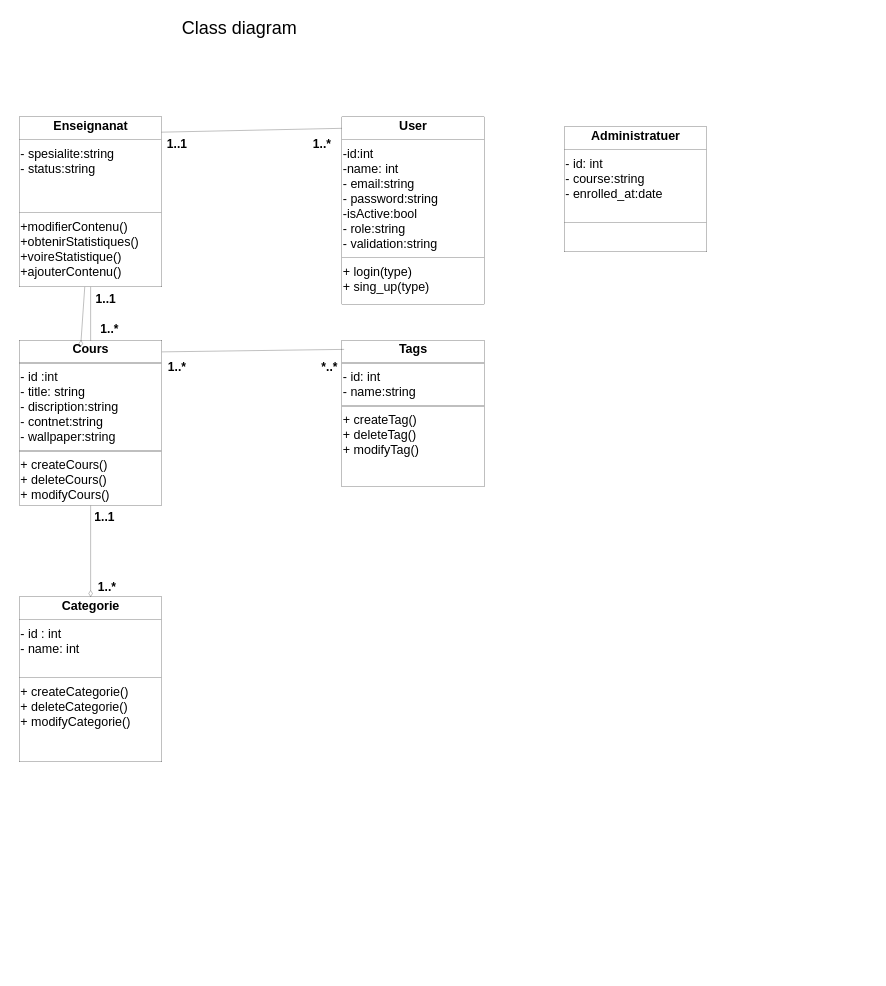
The draw.io diagram page "Page-2" (2 of 2) of Conception UML Use Case Diagram.drawio in hamza-saaf/Youdemy_Brief_11, before the edit. Source tidied: cells renumbered, new cells numbered last; positions are measured from the earlier drawing's top-left corner, leaving out a move shared by most shapes. Both pictures are drawn from the tidied source at 25%, with x=0, y=0 at pixel (19, 4).
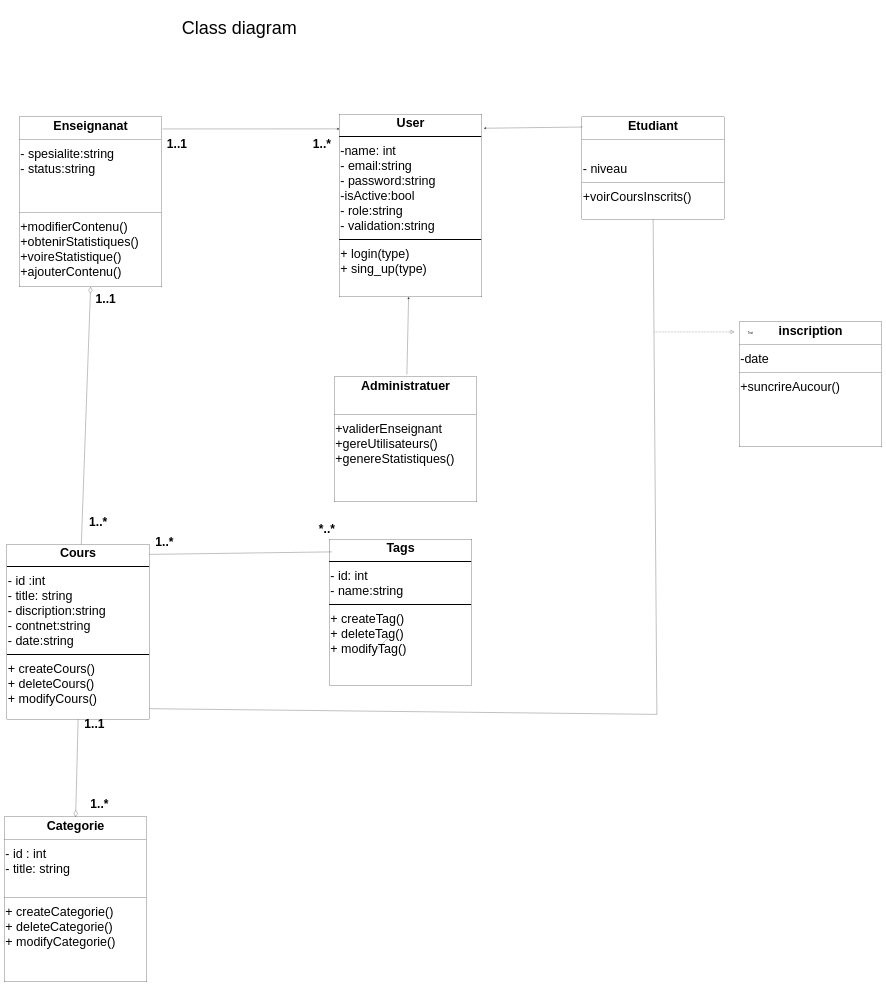
The same diagram, later.

Unchanged cells that the change refers to:
```xml
<mxCell id="2" value="&lt;p style=&quot;margin:0px;margin-top:4px;text-align:center;&quot;&gt;&lt;b&gt;Enseignanat&lt;/b&gt;&lt;/p&gt;&lt;hr style=&quot;border-style:solid;&quot;&gt;&lt;p style=&quot;margin:0px;margin-left:4px;&quot;&gt;- spesialite:string&lt;/p&gt;&lt;p style=&quot;margin:0px;margin-left:4px;&quot;&gt;- status:string&lt;/p&gt;&lt;p style=&quot;margin:0px;margin-left:4px;&quot;&gt;&lt;br&gt;&lt;/p&gt;&lt;p style=&quot;margin:0px;margin-left:4px;&quot;&gt;&lt;br&gt;&lt;/p&gt;&lt;hr style=&quot;border-style:solid;&quot;&gt;&lt;p style=&quot;margin:0px;margin-left:4px;&quot;&gt;+modifierContenu()&lt;/p&gt;&lt;p style=&quot;margin:0px;margin-left:4px;&quot;&gt;+obtenirStatistiques()&lt;/p&gt;&lt;p style=&quot;margin:0px;margin-left:4px;&quot;&gt;+voireStatistique()&lt;/p&gt;&lt;p style=&quot;margin:0px;margin-left:4px;&quot;&gt;+ajouterContenu()&lt;/p&gt;&lt;p style=&quot;margin:0px;margin-left:4px;&quot;&gt;&lt;br&gt;&lt;/p&gt;" style="verticalAlign=top;align=left;overflow=fill;html=1;whiteSpace=wrap;fontSize=50;" parent="1" vertex="1">
  <mxGeometry y="450" width="570" height="680" as="geometry" />
</mxCell>
```

The edit, as a diff of the source:
```diff
@@
-    <mxCell id="3" value="&lt;p style=&quot;margin:0px;margin-top:4px;text-align:center;&quot;&gt;&lt;b&gt;User&lt;/b&gt;&lt;/p&gt;&lt;hr style=&quot;border-style:solid;&quot;&gt;&lt;p style=&quot;margin:0px;margin-left:4px;&quot;&gt;-id:int&lt;br&gt;-name: int&lt;/p&gt;&lt;p style=&quot;margin:0px;margin-left:4px;&quot;&gt;- email:string&lt;/p&gt;&lt;p style=&quot;margin:0px;margin-left:4px;&quot;&gt;- password:string&lt;/p&gt;&lt;p style=&quot;margin:0px;margin-left:4px;&quot;&gt;-isActive:bool&lt;/p&gt;&lt;p style=&quot;margin:0px;margin-left:4px;&quot;&gt;- role:string&lt;/p&gt;&lt;p style=&quot;margin:0px;margin-left:4px;&quot;&gt;- validation:string&lt;/p&gt;&lt;hr style=&quot;border-style:solid;&quot;&gt;&lt;p style=&quot;margin:0px;margin-left:4px;&quot;&gt;+ login(type)&lt;/p&gt;&lt;p style=&quot;margin:0px;margin-left:4px;&quot;&gt;+ sing_up(type)&lt;/p&gt;&lt;p style=&quot;margin:0px;margin-left:4px;&quot;&gt;&lt;br&gt;&lt;/p&gt;&lt;p style=&quot;margin:0px;margin-left:4px;&quot;&gt;&lt;br&gt;&lt;/p&gt;&lt;p style=&quot;margin:0px;margin-left:4px;&quot;&gt;&lt;br&gt;&lt;/p&gt;" style="verticalAlign=top;align=left;overflow=fill;html=1;whiteSpace=wrap;fontSize=50;" parent="1" vertex="1">
-      <mxGeometry x="1290" y="450" width="570" height="750" as="geometry" />
+    <mxCell id="3" value="&lt;p style=&quot;margin:0px;margin-top:4px;text-align:center;&quot;&gt;&lt;b&gt;User&lt;/b&gt;&lt;/p&gt;&lt;hr style=&quot;border-style:solid;&quot;&gt;&lt;p style=&quot;margin:0px;margin-left:4px;&quot;&gt;-name: int&lt;/p&gt;&lt;p style=&quot;margin:0px;margin-left:4px;&quot;&gt;- email:string&lt;/p&gt;&lt;p style=&quot;margin:0px;margin-left:4px;&quot;&gt;- password:string&lt;/p&gt;&lt;p style=&quot;margin:0px;margin-left:4px;&quot;&gt;-isActive:bool&lt;/p&gt;&lt;p style=&quot;margin:0px;margin-left:4px;&quot;&gt;- role:string&lt;/p&gt;&lt;p style=&quot;margin:0px;margin-left:4px;&quot;&gt;- validation:string&lt;/p&gt;&lt;hr style=&quot;border-style:solid;&quot;&gt;&lt;p style=&quot;margin:0px;margin-left:4px;&quot;&gt;+ login(type)&lt;/p&gt;&lt;p style=&quot;margin:0px;margin-left:4px;&quot;&gt;+ sing_up(type)&lt;/p&gt;&lt;p style=&quot;margin:0px;margin-left:4px;&quot;&gt;&lt;br&gt;&lt;/p&gt;&lt;p style=&quot;margin:0px;margin-left:4px;&quot;&gt;&lt;br&gt;&lt;/p&gt;&lt;p style=&quot;margin:0px;margin-left:4px;&quot;&gt;&lt;br&gt;&lt;/p&gt;" style="verticalAlign=top;align=left;overflow=fill;html=1;whiteSpace=wrap;fontSize=50;" parent="1" vertex="1">
+      <mxGeometry x="1280" y="440" width="570" height="730" as="geometry" />
     </mxCell>
-    <mxCell id="4" value="&lt;p style=&quot;margin:0px;margin-top:4px;text-align:center;&quot;&gt;&lt;b&gt;Cours&lt;/b&gt;&lt;/p&gt;&lt;hr style=&quot;border-style:solid;&quot;&gt;&lt;p style=&quot;margin:0px;margin-left:4px;&quot;&gt;- id :int&amp;nbsp;&lt;/p&gt;&lt;p style=&quot;margin:0px;margin-left:4px;&quot;&gt;- title:&amp;nbsp;&lt;span style=&quot;background-color: transparent; color: light-dark(rgb(0, 0, 0), rgb(255, 255, 255));&quot;&gt;string&lt;/span&gt;&lt;/p&gt;&lt;p style=&quot;margin:0px;margin-left:4px;&quot;&gt;- discription:string&lt;/p&gt;&lt;p style=&quot;margin:0px;margin-left:4px;&quot;&gt;- contnet:string&lt;/p&gt;&lt;p style=&quot;margin:0px;margin-left:4px;&quot;&gt;- wallpaper:string&lt;/p&gt;&lt;hr style=&quot;border-style:solid;&quot;&gt;&lt;p style=&quot;margin:0px;margin-left:4px;&quot;&gt;+ createCours()&lt;/p&gt;&lt;p style=&quot;margin:0px;margin-left:4px;&quot;&gt;+ deleteCours()&lt;/p&gt;&lt;p style=&quot;margin:0px;margin-left:4px;&quot;&gt;+ modifyCours()&lt;/p&gt;&lt;p style=&quot;margin:0px;margin-left:4px;&quot;&gt;&lt;br&gt;&lt;/p&gt;&lt;p style=&quot;margin:0px;margin-left:4px;&quot;&gt;&lt;br&gt;&lt;/p&gt;" style="verticalAlign=top;align=left;overflow=fill;html=1;whiteSpace=wrap;fontSize=50;" parent="1" vertex="1">
-      <mxGeometry y="1345" width="570" height="660" as="geometry" />
+    <mxCell id="4" value="&lt;p style=&quot;margin:0px;margin-top:4px;text-align:center;&quot;&gt;&lt;b&gt;Cours&lt;/b&gt;&lt;/p&gt;&lt;hr style=&quot;border-style:solid;&quot;&gt;&lt;p style=&quot;margin:0px;margin-left:4px;&quot;&gt;- id :int&amp;nbsp;&lt;/p&gt;&lt;p style=&quot;margin:0px;margin-left:4px;&quot;&gt;- title:&amp;nbsp;&lt;span style=&quot;background-color: transparent; color: light-dark(rgb(0, 0, 0), rgb(255, 255, 255));&quot;&gt;string&lt;/span&gt;&lt;/p&gt;&lt;p style=&quot;margin:0px;margin-left:4px;&quot;&gt;- discription:string&lt;/p&gt;&lt;p style=&quot;margin:0px;margin-left:4px;&quot;&gt;- contnet:string&lt;/p&gt;&lt;p style=&quot;margin:0px;margin-left:4px;&quot;&gt;- date:string&lt;/p&gt;&lt;hr style=&quot;border-style:solid;&quot;&gt;&lt;p style=&quot;margin:0px;margin-left:4px;&quot;&gt;+ createCours()&lt;/p&gt;&lt;p style=&quot;margin:0px;margin-left:4px;&quot;&gt;+ deleteCours()&lt;/p&gt;&lt;p style=&quot;margin:0px;margin-left:4px;&quot;&gt;+ modifyCours()&lt;/p&gt;&lt;p style=&quot;margin:0px;margin-left:4px;&quot;&gt;&lt;br&gt;&lt;/p&gt;&lt;p style=&quot;margin:0px;margin-left:4px;&quot;&gt;&lt;br&gt;&lt;/p&gt;" style="verticalAlign=top;align=left;overflow=fill;html=1;whiteSpace=wrap;fontSize=50;" parent="1" vertex="1">
+      <mxGeometry x="-50" y="2160" width="570" height="700" as="geometry" />
     </mxCell>
     <mxCell id="5" value="&lt;p style=&quot;margin:0px;margin-top:4px;text-align:center;&quot;&gt;&lt;b&gt;Tags&lt;/b&gt;&lt;/p&gt;&lt;hr style=&quot;border-style:solid;&quot;&gt;&lt;p style=&quot;margin:0px;margin-left:4px;&quot;&gt;- id: int&lt;/p&gt;&lt;p style=&quot;margin:0px;margin-left:4px;&quot;&gt;- name:string&lt;/p&gt;&lt;hr style=&quot;border-style:solid;&quot;&gt;&lt;p style=&quot;margin:0px;margin-left:4px;&quot;&gt;+ createTag()&lt;/p&gt;&lt;p style=&quot;margin:0px;margin-left:4px;&quot;&gt;+ deleteTag()&lt;/p&gt;&lt;p style=&quot;margin:0px;margin-left:4px;&quot;&gt;+ modifyTag()&lt;/p&gt;&lt;p style=&quot;margin:0px;margin-left:4px;&quot;&gt;&lt;br&gt;&lt;/p&gt;&lt;p style=&quot;margin:0px;margin-left:4px;&quot;&gt;&lt;br&gt;&lt;/p&gt;" style="verticalAlign=top;align=left;overflow=fill;html=1;whiteSpace=wrap;fontSize=50;" parent="1" vertex="1">
-      <mxGeometry x="1290" y="1345" width="570" height="585" as="geometry" />
+      <mxGeometry x="1240" y="2140" width="570" height="585" as="geometry" />
     </mxCell>
-    <mxCell id="6" value="&lt;p style=&quot;margin:0px;margin-top:4px;text-align:center;&quot;&gt;&lt;b&gt;Categorie&lt;/b&gt;&lt;/p&gt;&lt;hr style=&quot;border-style:solid;&quot;&gt;&lt;p style=&quot;margin:0px;margin-left:4px;&quot;&gt;- id : int&amp;nbsp;&lt;/p&gt;&lt;p style=&quot;margin:0px;margin-left:4px;&quot;&gt;- name: int&lt;/p&gt;&lt;p style=&quot;margin:0px;margin-left:4px;&quot;&gt;&lt;br&gt;&lt;/p&gt;&lt;hr style=&quot;border-style:solid;&quot;&gt;&lt;p style=&quot;margin:0px;margin-left:4px;&quot;&gt;+ createCategorie()&lt;/p&gt;&lt;p style=&quot;margin: 0px 0px 0px 4px;&quot;&gt;+ deleteCategorie()&lt;/p&gt;&lt;p style=&quot;margin: 0px 0px 0px 4px;&quot;&gt;+ modifyCategorie()&lt;/p&gt;" style="verticalAlign=top;align=left;overflow=fill;html=1;whiteSpace=wrap;fontSize=50;" parent="1" vertex="1">
-      <mxGeometry y="2370" width="570" height="660" as="geometry" />
+    <mxCell id="6" value="&lt;p style=&quot;margin:0px;margin-top:4px;text-align:center;&quot;&gt;&lt;b&gt;Categorie&lt;/b&gt;&lt;/p&gt;&lt;hr style=&quot;border-style:solid;&quot;&gt;&lt;p style=&quot;margin:0px;margin-left:4px;&quot;&gt;- id : int&amp;nbsp;&lt;/p&gt;&lt;p style=&quot;margin:0px;margin-left:4px;&quot;&gt;- title: string&lt;/p&gt;&lt;p style=&quot;margin:0px;margin-left:4px;&quot;&gt;&lt;br&gt;&lt;/p&gt;&lt;hr style=&quot;border-style:solid;&quot;&gt;&lt;p style=&quot;margin:0px;margin-left:4px;&quot;&gt;+ createCategorie()&lt;/p&gt;&lt;p style=&quot;margin: 0px 0px 0px 4px;&quot;&gt;+ deleteCategorie()&lt;/p&gt;&lt;p style=&quot;margin: 0px 0px 0px 4px;&quot;&gt;+ modifyCategorie()&lt;/p&gt;" style="verticalAlign=top;align=left;overflow=fill;html=1;whiteSpace=wrap;fontSize=50;" parent="1" vertex="1">
+      <mxGeometry x="-60" y="3250" width="570" height="660" as="geometry" />
     </mxCell>
@@
     <mxCell id="8" value="&lt;font style=&quot;font-size: 48px;&quot;&gt;1..*&lt;/font&gt;" style="text;align=center;fontStyle=1;verticalAlign=middle;spacingLeft=3;spacingRight=3;strokeColor=none;html=1;" parent="1" vertex="1">
-      <mxGeometry x="590" y="1420" width="80" height="56" as="geometry" />
+      <mxGeometry x="540" y="2120" width="80" height="56" as="geometry" />
     </mxCell>
     <mxCell id="9" value="&lt;font style=&quot;font-size: 48px;&quot;&gt;1..1&lt;/font&gt;" style="text;align=center;fontStyle=1;verticalAlign=middle;spacingLeft=3;spacingRight=3;strokeColor=none;html=1;" parent="1" vertex="1">
-      <mxGeometry x="300" y="2020" width="80" height="56" as="geometry" />
+      <mxGeometry x="260" y="2850" width="80" height="56" as="geometry" />
     </mxCell>
-    <mxCell id="10" style="endArrow=none;html=1;rounded=0;entryX=0.5;entryY=1;entryDx=0;entryDy=0;exitX=0.5;exitY=0;exitDx=0;exitDy=0;" parent="1" edge="1" source="4" target="2">
-      <mxGeometry relative="1" as="geometry" />
-    </mxCell>
     <mxCell id="11" value="&lt;font style=&quot;font-size: 48px;&quot;&gt;1..*&lt;/font&gt;" style="text;align=center;fontStyle=1;verticalAlign=middle;spacingLeft=3;spacingRight=3;strokeColor=none;html=1;" parent="1" vertex="1">
-      <mxGeometry x="320" y="1270" width="80" height="56" as="geometry" />
+      <mxGeometry x="275" y="2040" width="80" height="56" as="geometry" />
     </mxCell>
@@
-    <mxCell id="13" style="endArrow=none;html=1;rounded=0;entryX=0;entryY=0.061;entryDx=0;entryDy=0;entryPerimeter=0;exitX=0.997;exitY=0.09;exitDx=0;exitDy=0;exitPerimeter=0;" parent="1" edge="1" source="2" target="3">
-      <mxGeometry relative="1" as="geometry" />
-    </mxCell>
@@
     <mxCell id="16" style="endArrow=none;html=1;rounded=0;" parent="1" edge="1">
       <mxGeometry relative="1" as="geometry">
-        <mxPoint x="570" y="1390" as="sourcePoint" />
-        <mxPoint x="1299" y="1380" as="targetPoint" />
+        <mxPoint x="521" y="2200" as="sourcePoint" />
+        <mxPoint x="1250" y="2190" as="targetPoint" />
       </mxGeometry>
     </mxCell>
     <mxCell id="17" value="&lt;font style=&quot;font-size: 48px;&quot;&gt;*..*&lt;/font&gt;" style="text;align=center;fontStyle=1;verticalAlign=middle;spacingLeft=3;spacingRight=3;strokeColor=none;html=1;" parent="1" vertex="1">
-      <mxGeometry x="1200" y="1420" width="80" height="56" as="geometry" />
+      <mxGeometry x="1190" y="2070" width="80" height="56" as="geometry" />
     </mxCell>
     <mxCell id="18" value="&lt;font style=&quot;font-size: 48px;&quot;&gt;1..*&lt;/font&gt;" style="text;align=center;fontStyle=1;verticalAlign=middle;spacingLeft=3;spacingRight=3;strokeColor=none;html=1;" parent="1" vertex="1">
-      <mxGeometry x="315" y="2300" width="70" height="56" as="geometry" />
+      <mxGeometry x="285" y="3170" width="70" height="56" as="geometry" />
     </mxCell>
@@
-    <mxCell id="20" value="&lt;p style=&quot;margin:0px;margin-top:4px;text-align:center;&quot;&gt;&lt;b&gt;Administratuer&lt;/b&gt;&lt;/p&gt;&lt;hr style=&quot;border-style:solid;&quot;&gt;&lt;p style=&quot;margin:0px;margin-left:4px;&quot;&gt;- id: int&lt;/p&gt;&lt;p style=&quot;margin:0px;margin-left:4px;&quot;&gt;- course:string&lt;/p&gt;&lt;p style=&quot;margin:0px;margin-left:4px;&quot;&gt;-  enrolled_at:date&lt;/p&gt;&lt;p style=&quot;margin:0px;margin-left:4px;&quot;&gt;&lt;br&gt;&lt;/p&gt;&lt;hr style=&quot;border-style:solid;&quot;&gt;&lt;p style=&quot;margin:0px;margin-left:4px;&quot;&gt;&lt;br&gt;&lt;/p&gt;&lt;p style=&quot;margin:0px;margin-left:4px;&quot;&gt;&lt;br&gt;&lt;/p&gt;&lt;p style=&quot;margin:0px;margin-left:4px;&quot;&gt;&lt;br&gt;&lt;/p&gt;" style="verticalAlign=top;align=left;overflow=fill;html=1;whiteSpace=wrap;fontSize=50;" parent="1" vertex="1">
-      <mxGeometry x="2180" y="490" width="570" height="500" as="geometry" />
+    <mxCell id="20" value="&lt;p style=&quot;margin:0px;margin-top:4px;text-align:center;&quot;&gt;&lt;b&gt;Administratuer&lt;/b&gt;&lt;/p&gt;&lt;p style=&quot;margin:0px;margin-left:4px;&quot;&gt;&lt;br&gt;&lt;/p&gt;&lt;hr style=&quot;border-style:solid;&quot;&gt;&lt;p style=&quot;margin:0px;margin-left:4px;&quot;&gt;+validerEnseignant&lt;/p&gt;&lt;p style=&quot;margin:0px;margin-left:4px;&quot;&gt;+gereUtilisateurs()&lt;/p&gt;&lt;p style=&quot;margin:0px;margin-left:4px;&quot;&gt;+genereStatistiques()&lt;/p&gt;&lt;p style=&quot;margin:0px;margin-left:4px;&quot;&gt;&lt;br&gt;&lt;/p&gt;" style="verticalAlign=top;align=left;overflow=fill;html=1;whiteSpace=wrap;fontSize=50;" parent="1" vertex="1">
+      <mxGeometry x="1260" y="1490" width="570" height="500" as="geometry" />
     </mxCell>
-    <mxCell id="21" style="endArrow=diamondThin;endFill=0;endSize=24;html=1;rounded=0;fontSize=999;labelBorderColor=default;labelBackgroundColor=light-dark(#FFFFFF,#FFFFFF);textShadow=1;fontColor=light-dark(#000000,#FF0000);" parent="1" edge="1" source="2">
-      <mxGeometry relative="1" as="geometry">
-        <mxPoint x="245" y="1370" as="targetPoint" />
-      </mxGeometry>
+    <mxCell id="21" style="endArrow=diamondThin;endFill=0;endSize=24;html=1;rounded=0;fontSize=999;labelBorderColor=default;labelBackgroundColor=light-dark(#FFFFFF,#FFFFFF);textShadow=1;fontColor=light-dark(#000000,#FF0000);entryX=0.5;entryY=1;entryDx=0;entryDy=0;" parent="1" edge="1" source="4" target="2">
+      <mxGeometry relative="1" as="geometry" />
     </mxCell>
+    <mxCell id="22" style="endArrow=classic;html=1;rounded=0;exitX=1.005;exitY=0.071;exitDx=0;exitDy=0;exitPerimeter=0;" parent="1" edge="1" source="2">
+      <mxGeometry relative="1" as="geometry">
+        <mxPoint x="1280" y="498" as="targetPoint" />
+      </mxGeometry>
+    </mxCell>
+    <mxCell id="23" value="&lt;p style=&quot;margin:0px;margin-top:4px;text-align:center;&quot;&gt;&lt;b&gt;Etudiant&lt;/b&gt;&lt;/p&gt;&lt;hr style=&quot;border-style:solid;&quot;&gt;&lt;p style=&quot;margin:0px;margin-left:4px;&quot;&gt;&lt;br&gt;&lt;/p&gt;&lt;p style=&quot;margin:0px;margin-left:4px;&quot;&gt;- niveau&lt;/p&gt;&lt;hr style=&quot;border-style:solid;&quot;&gt;&lt;p style=&quot;margin:0px;margin-left:4px;&quot;&gt;+voirCoursInscrits()&lt;/p&gt;&lt;p style=&quot;margin:0px;margin-left:4px;&quot;&gt;&lt;br&gt;&lt;/p&gt;&lt;p style=&quot;margin:0px;margin-left:4px;&quot;&gt;&lt;br&gt;&lt;/p&gt;" style="verticalAlign=top;align=left;overflow=fill;html=1;whiteSpace=wrap;fontSize=50;" parent="1" vertex="1">
+      <mxGeometry x="2250" y="450" width="570" height="410" as="geometry" />
+    </mxCell>
+    <mxCell id="24" style="endArrow=classic;html=1;rounded=0;exitX=0.005;exitY=0.099;exitDx=0;exitDy=0;exitPerimeter=0;entryX=1.014;entryY=0.076;entryDx=0;entryDy=0;entryPerimeter=0;" parent="1" edge="1" source="23" target="3">
+      <mxGeometry relative="1" as="geometry" />
+    </mxCell>
+    <mxCell id="25" style="endArrow=classic;html=1;rounded=0;" parent="1" edge="1" target="3">
+      <mxGeometry relative="1" as="geometry">
+        <mxPoint x="1550" y="1480" as="sourcePoint" />
+      </mxGeometry>
+    </mxCell>
+    <mxCell id="26" style="endArrow=none;html=1;rounded=0;" parent="1" edge="1">
+      <mxGeometry relative="1" as="geometry">
+        <mxPoint x="1430" y="2580" as="sourcePoint" />
+        <mxPoint x="1480" y="2530" as="targetPoint" />
+      </mxGeometry>
+    </mxCell>
+    <mxCell id="27" style="endArrow=none;html=1;rounded=0;entryX=0.5;entryY=1;entryDx=0;entryDy=0;exitX=1;exitY=0.939;exitDx=0;exitDy=0;exitPerimeter=0;" parent="1" edge="1" source="4" target="23">
+      <mxGeometry relative="1" as="geometry">
+        <Array as="points">
+          <mxPoint x="2550" y="2840" />
+        </Array>
+      </mxGeometry>
+    </mxCell>
+    <mxCell id="28" value="&lt;p style=&quot;margin:0px;margin-top:4px;text-align:center;&quot;&gt;&lt;b&gt;inscription&lt;/b&gt;&lt;/p&gt;&lt;hr style=&quot;border-style:solid;&quot;&gt;&lt;p style=&quot;margin:0px;margin-left:4px;&quot;&gt;-date&lt;/p&gt;&lt;hr style=&quot;border-style:solid;&quot;&gt;&lt;p style=&quot;margin:0px;margin-left:4px;&quot;&gt;+suncrireAucour()&lt;/p&gt;&lt;p style=&quot;margin:0px;margin-left:4px;&quot;&gt;&lt;br&gt;&lt;/p&gt;&lt;p style=&quot;margin:0px;margin-left:4px;&quot;&gt;&lt;br&gt;&lt;/p&gt;" style="verticalAlign=top;align=left;overflow=fill;html=1;whiteSpace=wrap;fontSize=50;" parent="1" vertex="1">
+      <mxGeometry x="2880" y="1270" width="570" height="500" as="geometry" />
+    </mxCell>
+    <mxCell id="29" style="endArrow=block;dashed=1;endFill=0;endSize=12;html=1;rounded=0;entryX=-0.035;entryY=0.08;entryDx=0;entryDy=0;entryPerimeter=0;" parent="1" edge="1" target="28">
+      <mxGeometry relative="1" as="geometry">
+        <mxPoint x="2540" y="1310" as="sourcePoint" />
+      </mxGeometry>
+    </mxCell>
+    <mxCell id="30" value="Text" style="edgeLabel;html=1;align=center;verticalAlign=middle;" parent="29" vertex="1">
+      <mxGeometry x="1" y="-62" relative="1" as="geometry">
+        <mxPoint x="63" y="-57" as="offset" />
+      </mxGeometry>
+    </mxCell>
```
